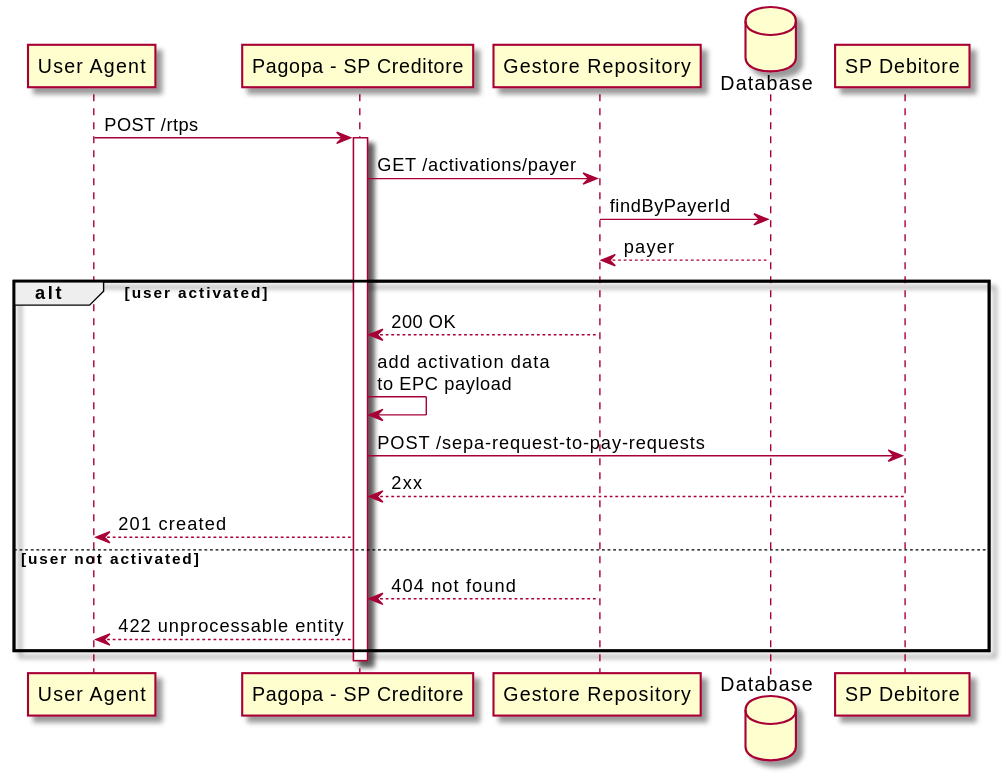
This is diagrams/send.svg from pagopa/rtp-docs, a PlantUML export, as it was before one commit.
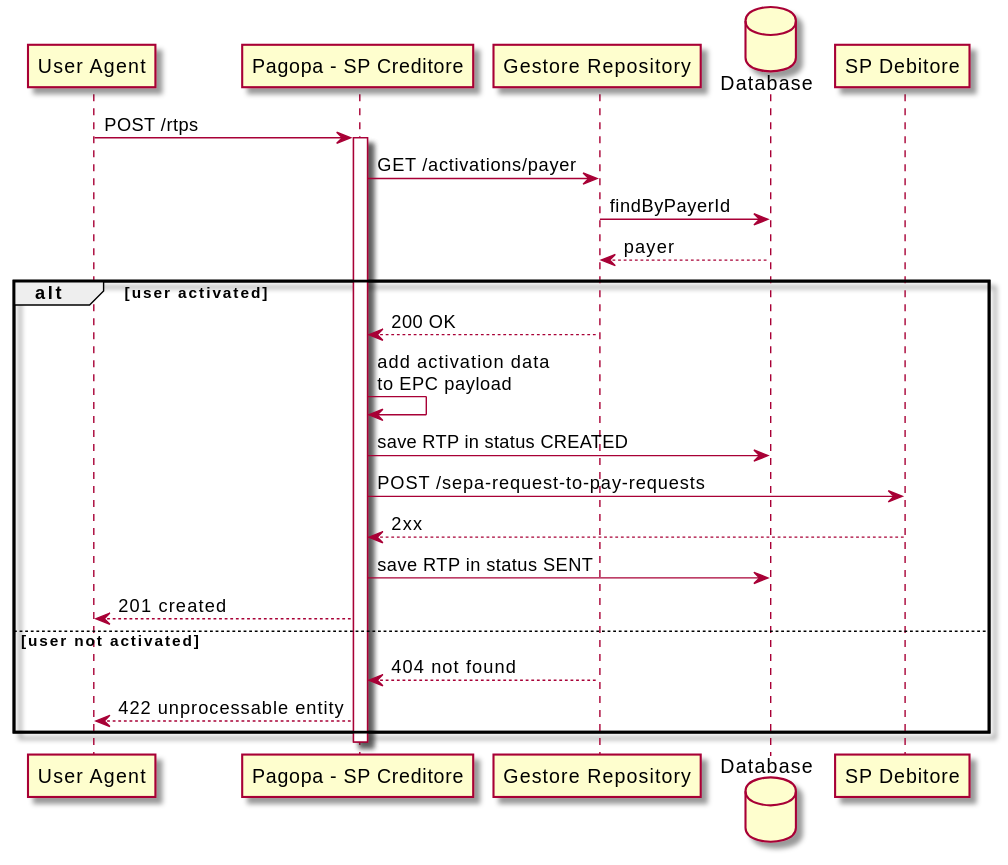
Above is the later version.

Change to the diagram source:
```diff
@@ -18,8 +18,10 @@
 GR --> SPC: 200 OK
 
 SPC -> SPC: add activation data \nto EPC payload
+SPC -> DB: save RTP in status CREATED
 SPC -> SPD: POST /sepa-request-to-pay-requests
 SPD --> SPC: 2xx
+SPC -> DB: save RTP in status SENT
 SPC --> UA: 201 created
 
 else user not activated
```
